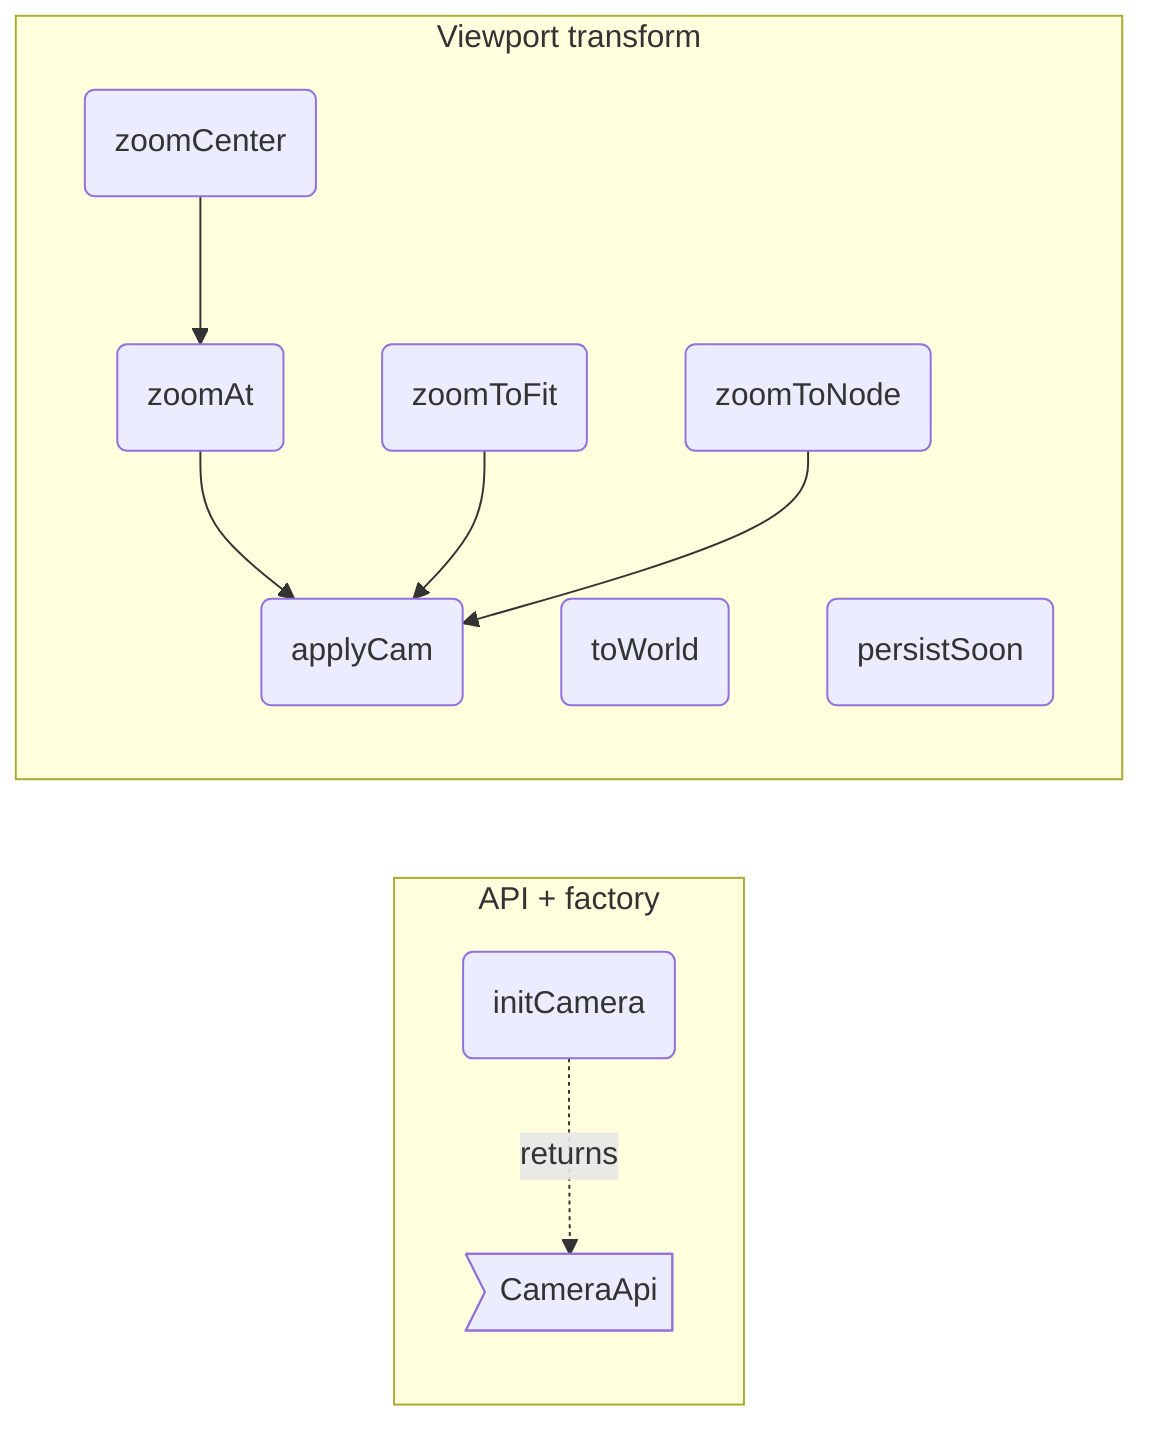
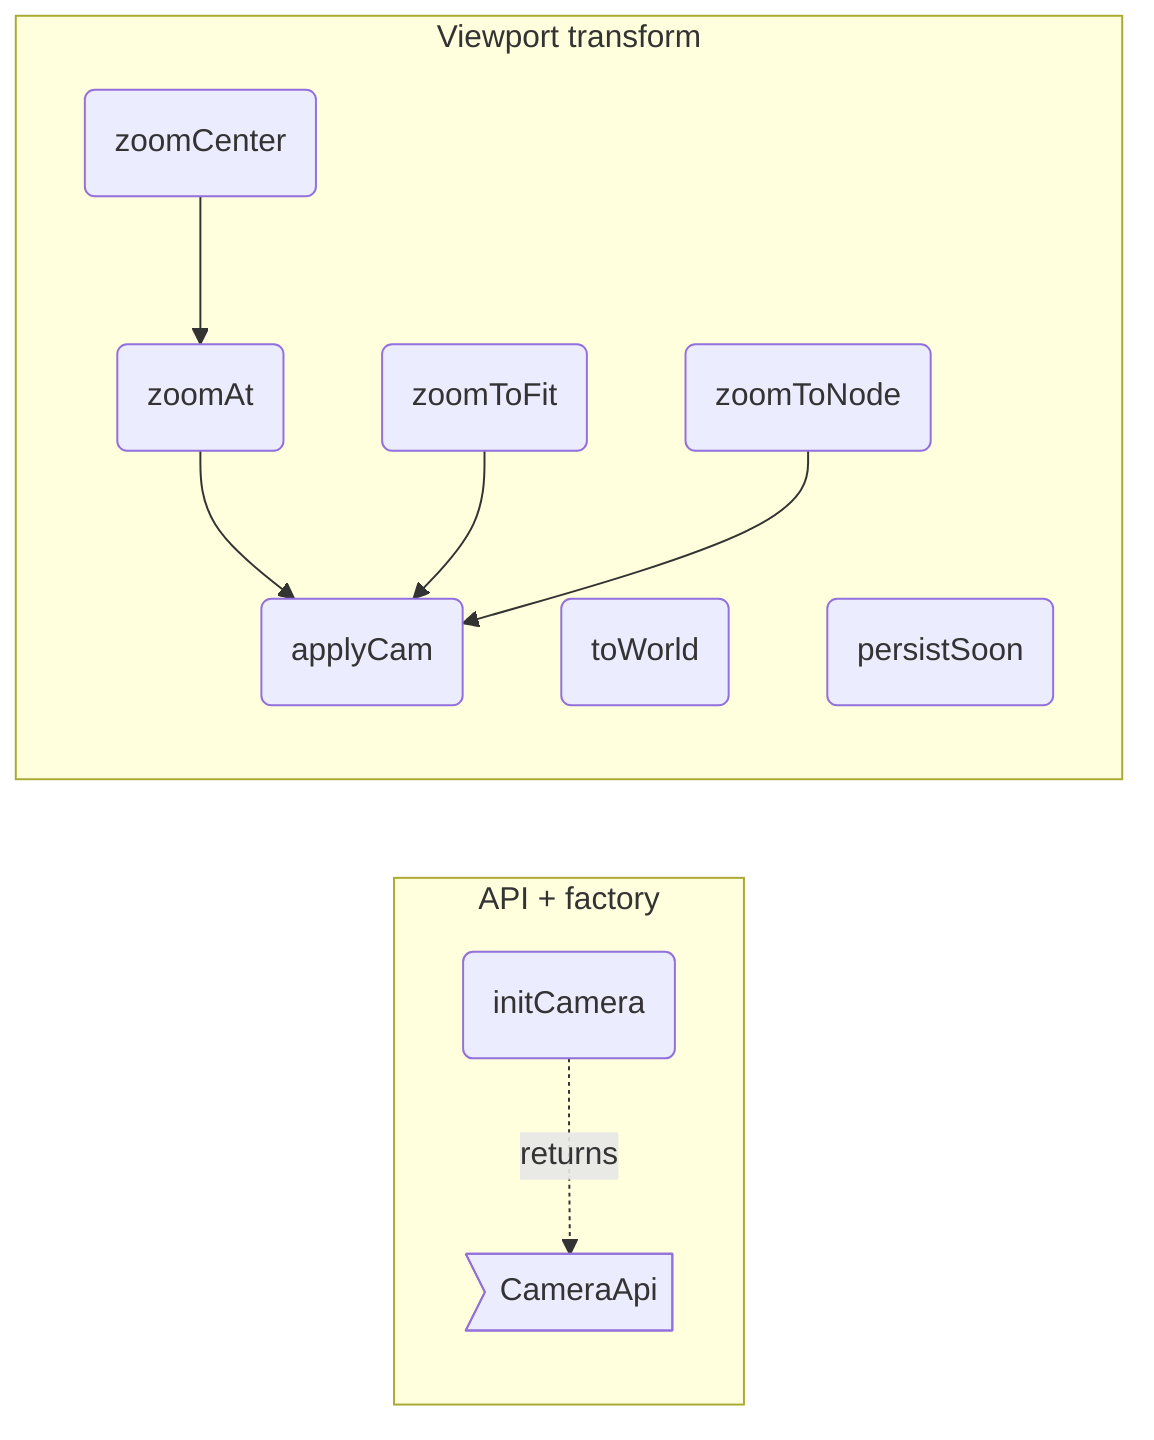
flowchart LR
%% root camera

%% src CameraApi src/core/camera/camera.ts#CameraApi
%% kind CameraApi type
%% fm:meta CameraApi name=CameraApi
%% fm:meta CameraApi desc=viewport surface: applyCam, toWorld, zoomAt, zoomCenter, zoomToFit, zoomToNode, persistSoon

%% src initCamera src/core/camera/camera.ts#initCamera
%% kind initCamera function
%% fm:meta initCamera name=initCamera
%% fm:meta initCamera desc=build the camera API over ctx.cam and the stage/world DOM
%% fm:meta initCamera i0.name=initCamera
%% fm:meta initCamera i0.accepts=ctx: AppContext
%% fm:meta initCamera i0.returns=CameraApi

%% src applyCam src/core/camera/camera.ts#applyCam
%% kind applyCam function
%% fm:meta applyCam name=applyCam
%% fm:meta applyCam desc=write the CSS transform and grid, then redraw the minimap
%% fm:meta applyCam i0.name=applyCam
+ %% fm:meta applyCam i0.accepts=ctx: AppContext
%% fm:meta applyCam i0.returns=void

%% src toWorld src/core/camera/camera.ts#toWorld
%% kind toWorld function
%% fm:meta toWorld name=toWorld
%% fm:meta toWorld desc=convert a screen point to world coordinates using the current camera
%% fm:meta toWorld i0.name=toWorld
- %% fm:meta toWorld i0.accepts=sx: number
- %% fm:meta toWorld i0.accepts=sy: number
+ %% fm:meta toWorld i0.accepts=ctx: AppContext
+ %% fm:meta toWorld i0.accepts=screenX: number
+ %% fm:meta toWorld i0.accepts=screenY: number
%% fm:meta toWorld i0.returns=Point

%% src zoomAt src/core/camera/camera.ts#zoomAt
%% kind zoomAt function
%% fm:meta zoomAt name=zoomAt
%% fm:meta zoomAt desc=zoom toward a screen anchor, clamped to the zoom limits, then apply and persist
%% fm:meta zoomAt i0.name=zoomAt
- %% fm:meta zoomAt i0.accepts=sx: number
- %% fm:meta zoomAt i0.accepts=sy: number
- %% fm:meta zoomAt i0.accepts=nz: number
+ %% fm:meta zoomAt i0.accepts=ctx: AppContext
+ %% fm:meta zoomAt i0.accepts=screenX: number
+ %% fm:meta zoomAt i0.accepts=screenY: number
+ %% fm:meta zoomAt i0.accepts=newZoom: number
%% fm:meta zoomAt i0.returns=void

%% src zoomCenter src/core/camera/camera.ts#zoomCenter
%% kind zoomCenter function
%% fm:meta zoomCenter name=zoomCenter
%% fm:meta zoomCenter desc=zoom toward the stage centre
%% fm:meta zoomCenter i0.name=zoomCenter
- %% fm:meta zoomCenter i0.accepts=nz: number
+ %% fm:meta zoomCenter i0.accepts=ctx: AppContext
+ %% fm:meta zoomCenter i0.accepts=newZoom: number
%% fm:meta zoomCenter i0.returns=void

%% src zoomToFit src/core/camera/camera.ts#zoomToFit
%% kind zoomToFit function
%% fm:meta zoomToFit name=zoomToFit
%% fm:meta zoomToFit desc=fit the current drill level into view; only zooms out, never past 100 percent
%% fm:meta zoomToFit i0.name=zoomToFit
+ %% fm:meta zoomToFit i0.accepts=ctx: AppContext
%% fm:meta zoomToFit i0.returns=void

%% src zoomToNode src/core/camera/camera.ts#zoomToNode
%% kind zoomToNode function
%% fm:meta zoomToNode name=zoomToNode
%% fm:meta zoomToNode desc=pan the camera so a node centres in the viewport, keeping the current zoom; no-op when the node is gone
%% fm:meta zoomToNode i0.name=zoomToNode
+ %% fm:meta zoomToNode i0.accepts=ctx: AppContext
%% fm:meta zoomToNode i0.accepts=id: string
%% fm:meta zoomToNode i0.returns=void

%% src persistSoon src/core/camera/camera.ts#persistSoon
%% kind persistSoon function
%% fm:meta persistSoon name=persistSoon
%% fm:meta persistSoon desc=debounced trigger of the persist hook after camera moves
%% fm:meta persistSoon i0.name=persistSoon
%% fm:meta persistSoon i0.returns=void

%% parent c_api camera
%% parent c_transform camera

  subgraph c_api ["API + factory"]
    CameraApi>"CameraApi"]
    initCamera("initCamera")
  end
  subgraph c_transform ["Viewport transform"]
    applyCam("applyCam")
    toWorld("toWorld")
    zoomAt("zoomAt")
    zoomCenter("zoomCenter")
    zoomToFit("zoomToFit")
    zoomToNode("zoomToNode")
    persistSoon("persistSoon")
  end

  zoomCenter --> zoomAt
  zoomAt --> applyCam
  zoomToFit --> applyCam
  zoomToNode --> applyCam
  initCamera -.->|returns| CameraApi
